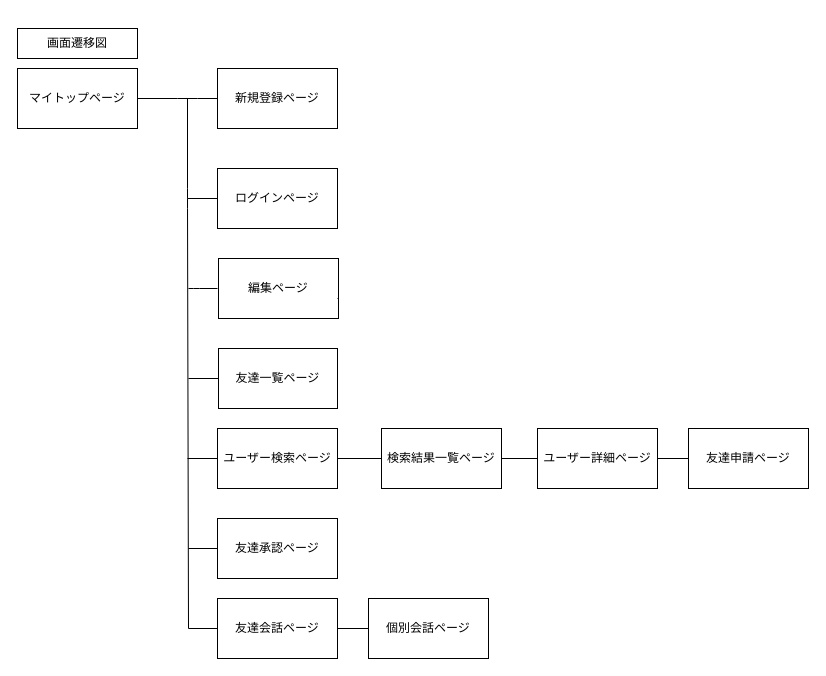
suzuka1621/umaren keeps this draw.io diagram as umaren.dio. Above is the earlier version. Source tidied: cells renumbered, new cells numbered last; positions are measured from the earlier drawing's top-left corner, leaving out a move shared by most shapes. Both pictures are drawn from the tidied source at 100%, with x=0, y=0 at pixel (17, 28).
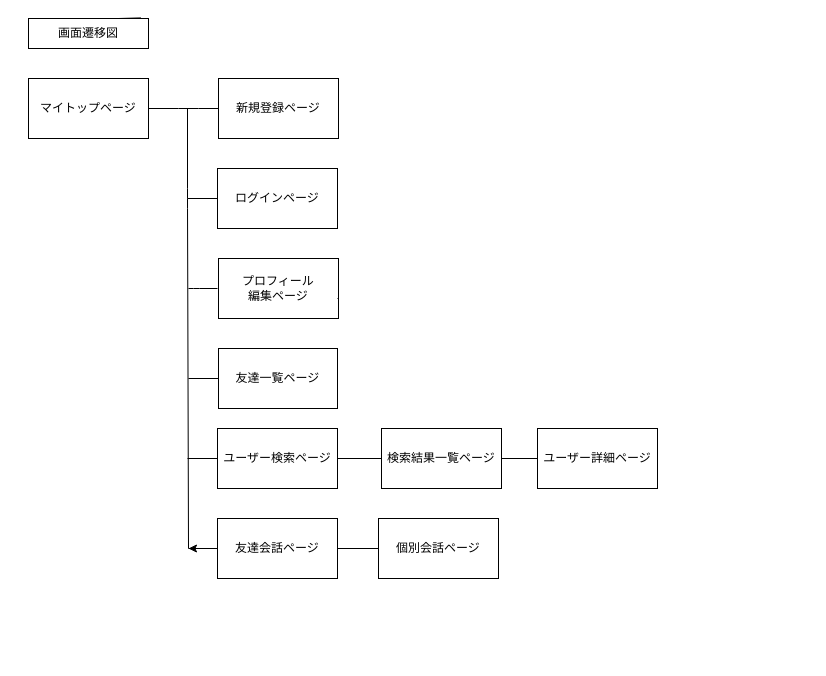
The same page after the edit.

Unchanged cells that the change refers to:
```xml
<mxCell id="18" value="ユーザー詳細ページ" style="rounded=0;whiteSpace=wrap;html=1;" parent="1" vertex="1">
  <mxGeometry x="520" y="400" width="120" height="60" as="geometry" />
</mxCell>
```

What changed in the source:
```diff
@@
     <mxCell id="2" value="画面遷移図" style="rounded=0;whiteSpace=wrap;html=1;" parent="1" vertex="1">
-      <mxGeometry width="120" height="30" as="geometry" />
+      <mxGeometry x="11" y="-10" width="120" height="30" as="geometry" />
     </mxCell>
@@
-    <mxCell id="6" value="編集ページ" style="rounded=0;whiteSpace=wrap;html=1;" parent="1" vertex="1">
+    <mxCell id="6" value="プロフィール&lt;br&gt;編集ページ" style="rounded=0;whiteSpace=wrap;html=1;" parent="1" vertex="1">
       <mxGeometry x="201" y="230" width="120" height="60" as="geometry" />
     </mxCell>
@@
     <mxCell id="11" value="新規登録ページ" style="rounded=0;whiteSpace=wrap;html=1;" parent="1" vertex="1">
-      <mxGeometry x="200" y="40" width="120" height="60" as="geometry" />
+      <mxGeometry x="201" y="50" width="120" height="60" as="geometry" />
     </mxCell>
     <mxCell id="12" style="edgeStyle=none;html=1;exitX=1;exitY=0.5;exitDx=0;exitDy=0;entryX=0;entryY=0.5;entryDx=0;entryDy=0;endArrow=none;endFill=0;" parent="1" edge="1" source="13" target="11">
       <mxGeometry relative="1" as="geometry">
         <Array as="points">
-          <mxPoint x="170" y="70" />
+          <mxPoint x="171" y="80" />
         </Array>
       </mxGeometry>
     </mxCell>
     <mxCell id="13" value="マイトップページ" style="rounded=0;whiteSpace=wrap;html=1;" parent="1" vertex="1">
-      <mxGeometry y="40" width="120" height="60" as="geometry" />
+      <mxGeometry x="11" y="50" width="120" height="60" as="geometry" />
     </mxCell>
     <mxCell id="14" style="endArrow=none;html=1;" parent="1" edge="1">
       <mxGeometry relative="1" as="geometry">
-        <mxPoint x="171" y="600" as="sourcePoint" />
-        <mxPoint x="170" y="70" as="targetPoint" />
+        <mxPoint x="171" y="520" as="sourcePoint" />
+        <mxPoint x="170" y="80" as="targetPoint" />
         <Array as="points">
           <mxPoint x="170" y="170" />
         </Array>
       </mxGeometry>
     </mxCell>
@@
-    <mxCell id="17" style="edgeStyle=none;html=1;exitX=1;exitY=0.5;exitDx=0;exitDy=0;entryX=0;entryY=0.5;entryDx=0;entryDy=0;endArrow=none;endFill=0;" parent="1" edge="1" source="18" target="19">
-      <mxGeometry relative="1" as="geometry" />
-    </mxCell>
@@
-    <mxCell id="19" value="友達申請ページ" style="rounded=0;whiteSpace=wrap;html=1;" parent="1" vertex="1">
-      <mxGeometry x="671" y="400" width="120" height="60" as="geometry" />
-    </mxCell>
@@
     <mxCell id="22" style="edgeStyle=none;html=1;exitX=0;exitY=0.5;exitDx=0;exitDy=0;endArrow=none;endFill=0;" parent="1" edge="1" source="24">
       <mxGeometry relative="1" as="geometry">
-        <mxPoint x="171" y="600" as="targetPoint" />
+        <mxPoint x="171" y="520" as="targetPoint" />
       </mxGeometry>
     </mxCell>
@@
+    <mxCell id="28" style="edgeStyle=none;html=1;" parent="1" edge="1" source="24">
+      <mxGeometry relative="1" as="geometry">
+        <mxPoint x="171" y="520" as="targetPoint" />
+      </mxGeometry>
+    </mxCell>
     <mxCell id="24" value="友達会話ページ" style="rounded=0;whiteSpace=wrap;html=1;" parent="1" vertex="1">
-      <mxGeometry x="200" y="570" width="120" height="60" as="geometry" />
+      <mxGeometry x="200" y="490" width="120" height="60" as="geometry" />
     </mxCell>
-    <mxCell id="25" style="edgeStyle=none;html=1;exitX=0;exitY=0.5;exitDx=0;exitDy=0;endArrow=none;endFill=0;" parent="1" edge="1" source="26">
-      <mxGeometry relative="1" as="geometry">
-        <mxPoint x="171" y="520" as="targetPoint" />
-      </mxGeometry>
-    </mxCell>
-    <mxCell id="26" value="友達承認ページ" style="rounded=0;whiteSpace=wrap;html=1;" parent="1" vertex="1">
-      <mxGeometry x="200" y="490" width="120" height="60" as="geometry" />
-    </mxCell>
     <mxCell id="27" value="個別会話ページ" style="rounded=0;whiteSpace=wrap;html=1;" parent="1" vertex="1">
-      <mxGeometry x="351" y="570" width="120" height="60" as="geometry" />
+      <mxGeometry x="361" y="490" width="120" height="60" as="geometry" />
     </mxCell>
+    <mxCell id="29" style="edgeStyle=none;html=1;exitX=0.75;exitY=0;exitDx=0;exitDy=0;entryX=0.937;entryY=-0.02;entryDx=0;entryDy=0;entryPerimeter=0;endArrow=none;endFill=0;" parent="1" edge="1" source="2" target="2">
+      <mxGeometry relative="1" as="geometry" />
+    </mxCell>
```
